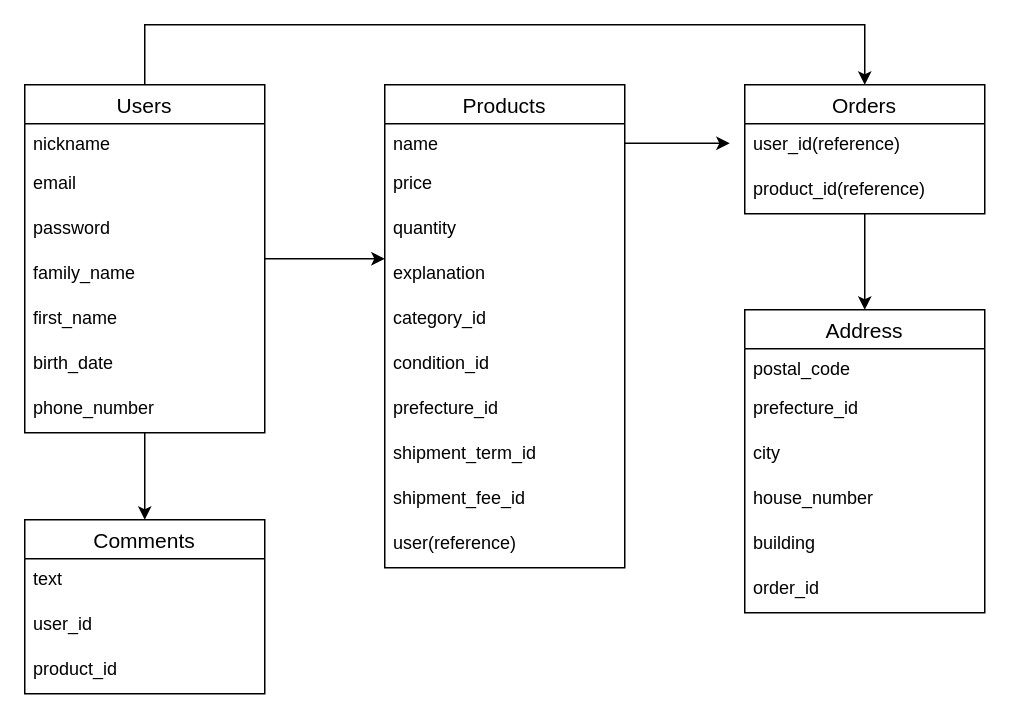
Before: drawing.dio in tomoheko/food-ecology, a draw.io diagram. Source tidied: cells renumbered, new cells numbered last; positions are measured from the earlier drawing's top-left corner, leaving out a move shared by most shapes. Both pictures are drawn from the tidied source at 150%, with x=0, y=0 at pixel (24, 24).
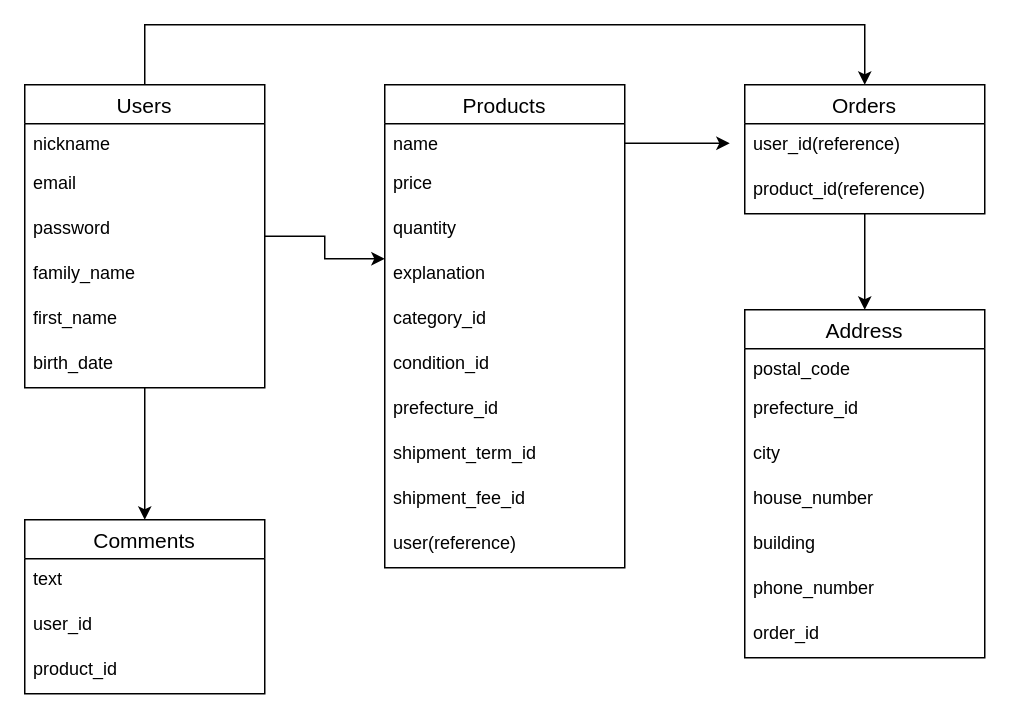
After the change.

Diff of the diagram source:
```diff
@@
     <mxCell id="5" value="Users" style="swimlane;fontStyle=0;horizontal=1;startSize=26;align=center;fontSize=14;" parent="1" vertex="1">
-      <mxGeometry y="40" width="160" height="232" as="geometry" />
+      <mxGeometry y="40" width="160" height="202" as="geometry" />
     </mxCell>
@@
-    <mxCell id="12" value="phone_number" style="text;strokeColor=none;fillColor=none;spacingLeft=4;spacingRight=4;overflow=hidden;fontSize=12;" parent="5" vertex="1">
-      <mxGeometry y="202" width="160" height="30" as="geometry" />
-    </mxCell>
@@
     <mxCell id="28" value="Address" style="swimlane;fontStyle=0;horizontal=1;startSize=26;align=center;fontSize=14;" parent="1" vertex="1">
-      <mxGeometry x="480" y="190" width="160" height="202" as="geometry" />
+      <mxGeometry x="480" y="190" width="160" height="232" as="geometry" />
     </mxCell>
@@
+    <mxCell id="12" value="phone_number" style="text;strokeColor=none;fillColor=none;spacingLeft=4;spacingRight=4;overflow=hidden;fontSize=12;" parent="28" vertex="1">
+      <mxGeometry y="172" width="160" height="30" as="geometry" />
+    </mxCell>
     <mxCell id="34" value="order_id" style="text;strokeColor=none;fillColor=none;spacingLeft=4;spacingRight=4;overflow=hidden;fontSize=12;" parent="28" vertex="1">
-      <mxGeometry y="172" width="160" height="30" as="geometry" />
+      <mxGeometry y="202" width="160" height="30" as="geometry" />
     </mxCell>
```
